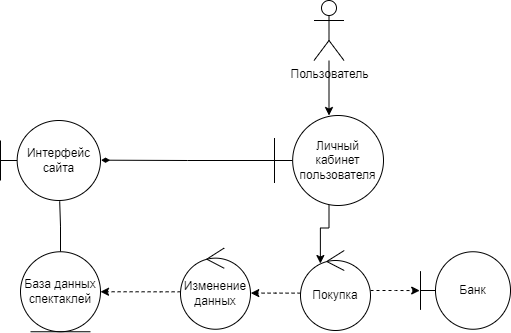
This is src/pract2/gall/uml_by_user.png from yarosshest/MIREA-AnalysisOfSystems, a draw.io export, as it was before one commit. Source tidied: cells renumbered, new cells last; positions are measured from the earlier drawing's top-left corner, leaving out a move shared by most shapes. Source of this version:
```xml
<mxGraphModel>
  <root>
    <mxCell id="0" />
    <mxCell id="1" parent="0" />
    <mxCell id="2" value="Интерфейс сайта" style="shape=umlBoundary;whiteSpace=wrap;html=1;" parent="1" vertex="1">
      <mxGeometry y="120" width="100" height="80" as="geometry" />
    </mxCell>
    <mxCell id="3" style="edgeStyle=orthogonalEdgeStyle;rounded=0;jettySize=auto;html=1;entryX=0.592;entryY=1.011;entryDx=0;entryDy=0;entryPerimeter=0;endArrow=none;endFill=0;" parent="1" edge="1" source="4" target="2">
      <mxGeometry relative="1" as="geometry" />
    </mxCell>
    <mxCell id="4" value="База данных спектаклей" style="ellipse;shape=umlEntity;whiteSpace=wrap;html=1;" parent="1" vertex="1">
      <mxGeometry x="20" y="251.2" width="80" height="80" as="geometry" />
    </mxCell>
    <mxCell id="5" style="edgeStyle=orthogonalEdgeStyle;rounded=0;jettySize=auto;html=1;entryX=1;entryY=0.5;entryDx=0;entryDy=0;dashed=1;endArrow=classic;endFill=1;" parent="1" edge="1" source="6" target="4">
      <mxGeometry relative="1" as="geometry">
        <Array as="points">
          <mxPoint x="160" y="291" />
        </Array>
      </mxGeometry>
    </mxCell>
    <mxCell id="6" value="Изменение данных" style="ellipse;shape=umlControl;whiteSpace=wrap;html=1;" parent="1" vertex="1">
      <mxGeometry x="180" y="247.5" width="70" height="81.2" as="geometry" />
    </mxCell>
    <mxCell id="7" style="edgeStyle=orthogonalEdgeStyle;rounded=0;jettySize=auto;html=1;entryX=1.006;entryY=0.496;entryDx=0;entryDy=0;entryPerimeter=0;endArrow=diamondThin;endFill=1;" parent="1" edge="1" source="9" target="2">
      <mxGeometry relative="1" as="geometry" />
    </mxCell>
    <mxCell id="8" style="edgeStyle=orthogonalEdgeStyle;rounded=0;jettySize=auto;html=1;entryX=0.284;entryY=0.163;entryDx=0;entryDy=0;entryPerimeter=0;endArrow=classic;endFill=1;" parent="1" edge="1" source="9" target="13">
      <mxGeometry relative="1" as="geometry" />
    </mxCell>
    <mxCell id="9" value="Личный кабинет пользователя" style="shape=umlBoundary;whiteSpace=wrap;html=1;" parent="1" vertex="1">
      <mxGeometry x="274" y="115" width="109" height="90" as="geometry" />
    </mxCell>
    <mxCell id="10" value="Банк" style="shape=umlBoundary;whiteSpace=wrap;html=1;" parent="1" vertex="1">
      <mxGeometry x="420" y="251.2" width="90" height="77.5" as="geometry" />
    </mxCell>
    <mxCell id="11" style="edgeStyle=orthogonalEdgeStyle;rounded=0;jettySize=auto;html=1;entryX=-0.009;entryY=0.501;entryDx=0;entryDy=0;entryPerimeter=0;endArrow=classic;endFill=1;dashed=1;" parent="1" edge="1" source="13" target="10">
      <mxGeometry relative="1" as="geometry" />
    </mxCell>
    <mxCell id="12" style="edgeStyle=orthogonalEdgeStyle;rounded=0;jettySize=auto;html=1;entryX=1.004;entryY=0.555;entryDx=0;entryDy=0;entryPerimeter=0;endArrow=classic;endFill=1;dashed=1;" parent="1" edge="1" source="13" target="6">
      <mxGeometry relative="1" as="geometry">
        <Array as="points">
          <mxPoint x="275" y="293" />
        </Array>
      </mxGeometry>
    </mxCell>
    <mxCell id="13" value="Покупка" style="ellipse;shape=umlControl;whiteSpace=wrap;html=1;" parent="1" vertex="1">
      <mxGeometry x="300" y="250" width="70" height="80" as="geometry" />
    </mxCell>
    <mxCell id="14" style="edgeStyle=orthogonalEdgeStyle;rounded=0;jettySize=auto;html=1;" parent="1" edge="1" source="15" target="9">
      <mxGeometry relative="1" as="geometry" />
    </mxCell>
    <mxCell id="15" value="Пользователь" style="shape=umlActor;verticalLabelPosition=bottom;verticalAlign=top;html=1;outlineConnect=0;fillColor=none;" parent="1" vertex="1">
      <mxGeometry x="313.5" width="30" height="60" as="geometry" />
    </mxCell>
  </root>
</mxGraphModel>
```
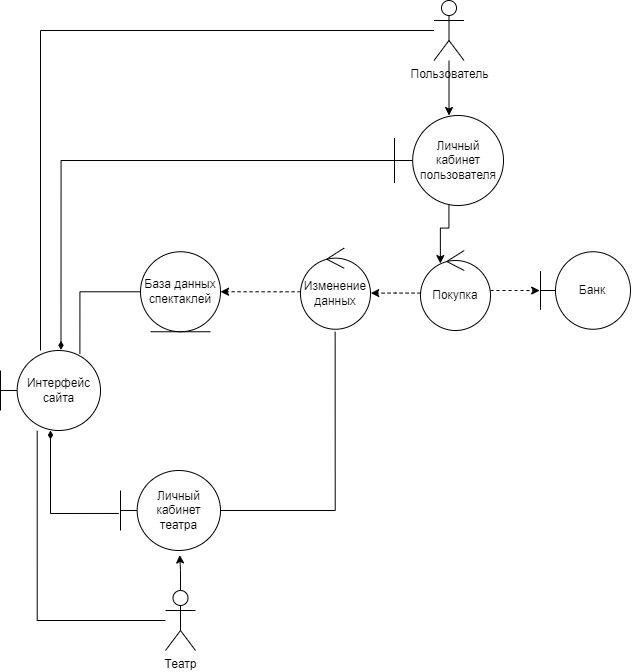
Above is the later version.

The edit, as a diff of the source:
```diff
@@ -3,9 +3,9 @@
     <mxCell id="0" />
     <mxCell id="1" parent="0" />
     <mxCell id="2" value="Интерфейс сайта" style="shape=umlBoundary;whiteSpace=wrap;html=1;" parent="1" vertex="1">
-      <mxGeometry y="120" width="100" height="80" as="geometry" />
+      <mxGeometry x="-120" y="350" width="100" height="80" as="geometry" />
     </mxCell>
-    <mxCell id="3" style="edgeStyle=orthogonalEdgeStyle;rounded=0;jettySize=auto;html=1;entryX=0.592;entryY=1.011;entryDx=0;entryDy=0;entryPerimeter=0;endArrow=none;endFill=0;" parent="1" edge="1" source="4" target="2">
+    <mxCell id="3" style="edgeStyle=orthogonalEdgeStyle;rounded=0;jettySize=auto;html=1;entryX=0.794;entryY=0.038;entryDx=0;entryDy=0;entryPerimeter=0;endArrow=none;endFill=0;" parent="1" edge="1" source="4" target="2">
       <mxGeometry relative="1" as="geometry" />
     </mxCell>
     <mxCell id="4" value="База данных спектаклей" style="ellipse;shape=umlEntity;whiteSpace=wrap;html=1;" parent="1" vertex="1">
@@ -21,7 +21,7 @@
     <mxCell id="6" value="Изменение данных" style="ellipse;shape=umlControl;whiteSpace=wrap;html=1;" parent="1" vertex="1">
       <mxGeometry x="180" y="247.5" width="70" height="81.2" as="geometry" />
     </mxCell>
-    <mxCell id="7" style="edgeStyle=orthogonalEdgeStyle;rounded=0;jettySize=auto;html=1;entryX=1.006;entryY=0.496;entryDx=0;entryDy=0;entryPerimeter=0;endArrow=diamondThin;endFill=1;" parent="1" edge="1" source="9" target="2">
+    <mxCell id="7" style="edgeStyle=orthogonalEdgeStyle;rounded=0;jettySize=auto;html=1;entryX=0.605;entryY=-0.009;entryDx=0;entryDy=0;entryPerimeter=0;endArrow=diamondThin;endFill=1;" parent="1" edge="1" source="9" target="2">
       <mxGeometry relative="1" as="geometry" />
     </mxCell>
     <mxCell id="8" style="edgeStyle=orthogonalEdgeStyle;rounded=0;jettySize=auto;html=1;entryX=0.284;entryY=0.163;entryDx=0;entryDy=0;entryPerimeter=0;endArrow=classic;endFill=1;" parent="1" edge="1" source="9" target="13">
@@ -49,8 +49,37 @@
     <mxCell id="14" style="edgeStyle=orthogonalEdgeStyle;rounded=0;jettySize=auto;html=1;" parent="1" edge="1" source="15" target="9">
       <mxGeometry relative="1" as="geometry" />
     </mxCell>
+    <mxCell id="16" style="edgeStyle=orthogonalEdgeStyle;rounded=0;jettySize=auto;html=1;entryX=0.4;entryY=0;entryDx=0;entryDy=0;entryPerimeter=0;endArrow=none;endFill=0;" parent="1" edge="1" source="15" target="2">
+      <mxGeometry relative="1" as="geometry" />
+    </mxCell>
     <mxCell id="15" value="Пользователь" style="shape=umlActor;verticalLabelPosition=bottom;verticalAlign=top;html=1;outlineConnect=0;fillColor=none;" parent="1" vertex="1">
       <mxGeometry x="313.5" width="30" height="60" as="geometry" />
     </mxCell>
+    <mxCell id="17" style="edgeStyle=orthogonalEdgeStyle;rounded=0;jettySize=auto;html=1;entryX=0.495;entryY=1.031;entryDx=0;entryDy=0;entryPerimeter=0;endArrow=none;endFill=0;" parent="1" edge="1" source="18" target="6">
+      <mxGeometry relative="1" as="geometry">
+        <Array as="points">
+          <mxPoint x="215" y="510" />
+        </Array>
+      </mxGeometry>
+    </mxCell>
+    <mxCell id="18" value="Личный кабинет театра" style="shape=umlBoundary;whiteSpace=wrap;html=1;" parent="1" vertex="1">
+      <mxGeometry y="470" width="100" height="80" as="geometry" />
+    </mxCell>
+    <mxCell id="19" style="edgeStyle=orthogonalEdgeStyle;rounded=0;jettySize=auto;html=1;entryX=0.367;entryY=1.004;entryDx=0;entryDy=0;entryPerimeter=0;endArrow=none;endFill=0;" parent="1" edge="1" source="21" target="2">
+      <mxGeometry relative="1" as="geometry" />
+    </mxCell>
+    <mxCell id="20" style="edgeStyle=orthogonalEdgeStyle;rounded=0;jettySize=auto;html=1;entryX=0.592;entryY=1.056;entryDx=0;entryDy=0;entryPerimeter=0;endArrow=classic;endFill=1;" parent="1" edge="1" source="21" target="18">
+      <mxGeometry relative="1" as="geometry" />
+    </mxCell>
+    <mxCell id="21" value="Театр" style="shape=umlActor;verticalLabelPosition=bottom;verticalAlign=top;html=1;outlineConnect=0;fillColor=none;" parent="1" vertex="1">
+      <mxGeometry x="45" y="590" width="30" height="60" as="geometry" />
+    </mxCell>
+    <mxCell id="22" style="endArrow=diamondThin;html=1;rounded=0;exitX=-0.017;exitY=0.537;exitDx=0;exitDy=0;exitPerimeter=0;endFill=1;strokeWidth=1;" parent="1" edge="1" source="18" target="2">
+      <mxGeometry relative="1" as="geometry">
+        <Array as="points">
+          <mxPoint x="-70" y="513" />
+        </Array>
+      </mxGeometry>
+    </mxCell>
   </root>
 </mxGraphModel>
```
